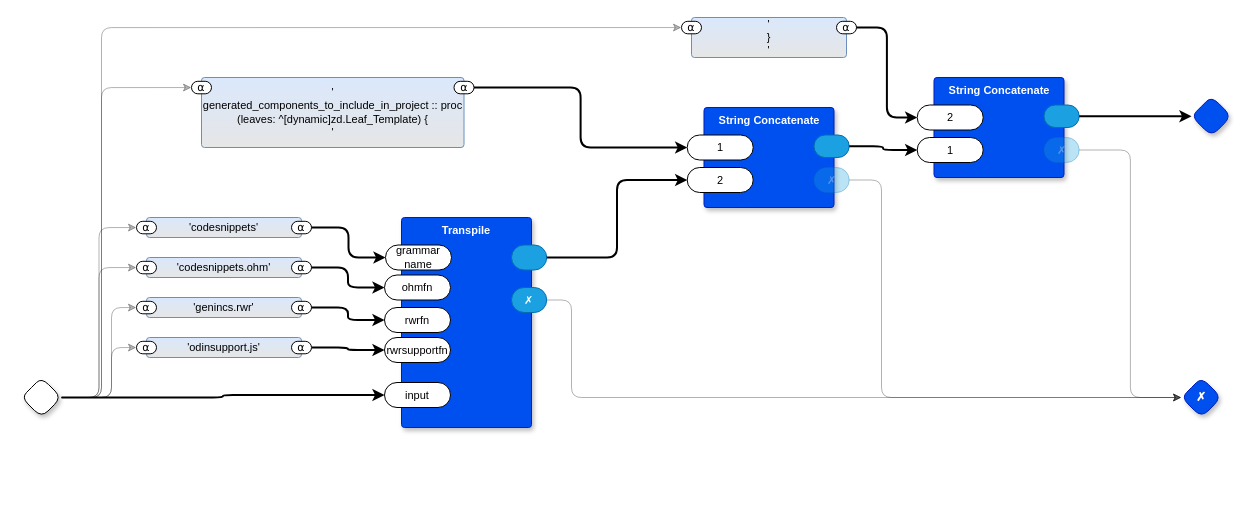
This is page "Generate Includes" (8 of 21) of gen0d.drawio from guitarvydas/gen0d, a draw.io file, before an edit. Source tidied: cells renumbered, new cells numbered last; positions are measured from the earlier drawing's top-left corner, leaving out a move shared by most shapes. Both pictures are drawn from the tidied source at 100%, with x=0, y=0 at pixel (21, 17).
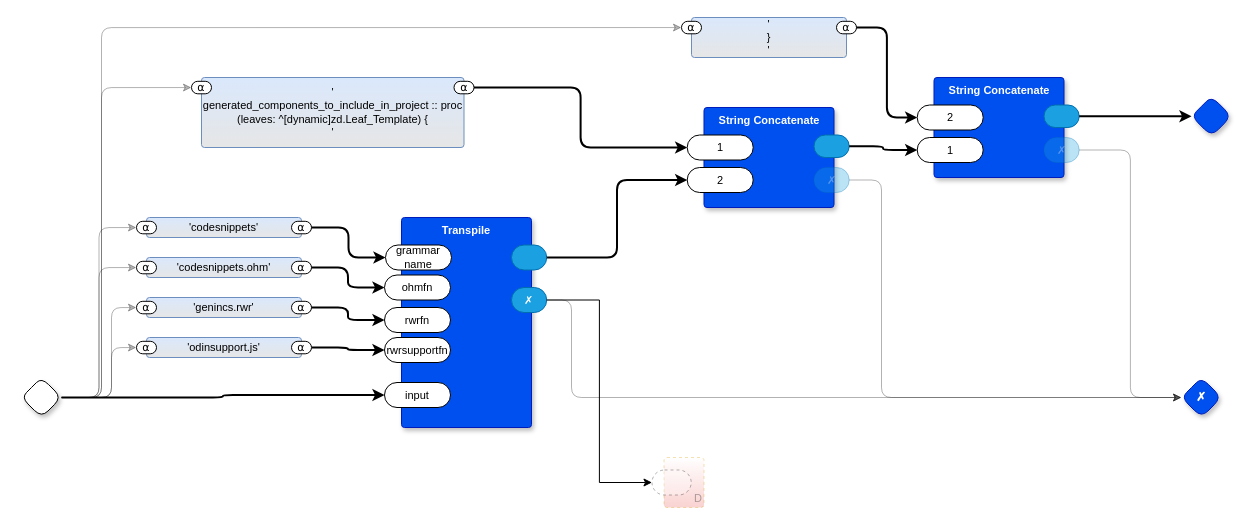
The same page after the edit.

The change refers to these unchanged cells:
```xml
<mxCell id="7" value="✗" style="rounded=1;whiteSpace=wrap;html=1;sketch=0;points=[[0,0.5,0,0,0],[1,0.5,0,0,0]];fillColor=#1ba1e2;fontColor=#ffffff;strokeColor=#006EAF;arcSize=50;fontFamily=Helvetica;fontSize=11;" parent="4" vertex="1">
  <mxGeometry x="110" y="70" width="35.2" height="25" as="geometry" />
</mxCell>
```

Diff of the diagram source:
```diff
@@
+    <mxCell id="60" value="D" style="rounded=1;whiteSpace=wrap;html=1;sketch=0;verticalAlign=bottom;arcSize=6;fontStyle=0;absoluteArcSize=1;shadow=0;strokeColor=#d79b00;fillColor=#FFFFFF;fontFamily=Helvetica;fontSize=11;dashed=1;opacity=30;align=right;textOpacity=30;gradientColor=#EA6B66;fontColor=default;" parent="1" vertex="1">
+      <mxGeometry x="642.5" y="440" width="40" height="50" as="geometry" />
+    </mxCell>
+    <mxCell id="61" style="rounded=1;whiteSpace=wrap;html=1;sketch=0;points=[[0,0.5,0,0,0],[1,0.5,0,0,0]];arcSize=50;fontFamily=Helvetica;fontSize=11;fontColor=default;dashed=1;textOpacity=50;opacity=30;fontStyle=0;" parent="60" vertex="1">
+      <mxGeometry x="-12" y="12.5" width="39.2" height="25" as="geometry" />
+    </mxCell>
+    <mxCell id="62" style="edgeStyle=orthogonalEdgeStyle;rounded=0;jettySize=auto;html=1;exitX=1;exitY=0.5;exitDx=0;exitDy=0;exitPerimeter=0;entryX=0;entryY=0.5;entryDx=0;entryDy=0;entryPerimeter=0;" parent="1" edge="1" source="7" target="61">
+      <mxGeometry relative="1" as="geometry" />
+    </mxCell>
```
